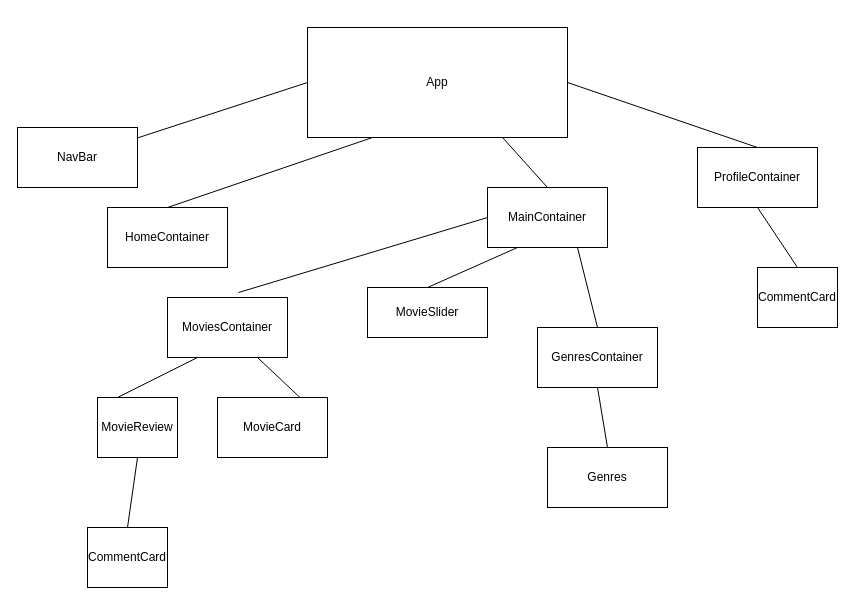
Before: src/components/.drawio in evandbeck/movie-reviews, a draw.io diagram. Source tidied: cells renumbered, new cells numbered last; positions are measured from the earlier drawing's top-left corner, leaving out a move shared by most shapes. Both pictures are drawn from the tidied source at 100%, with x=0, y=0 at pixel (17, 27).
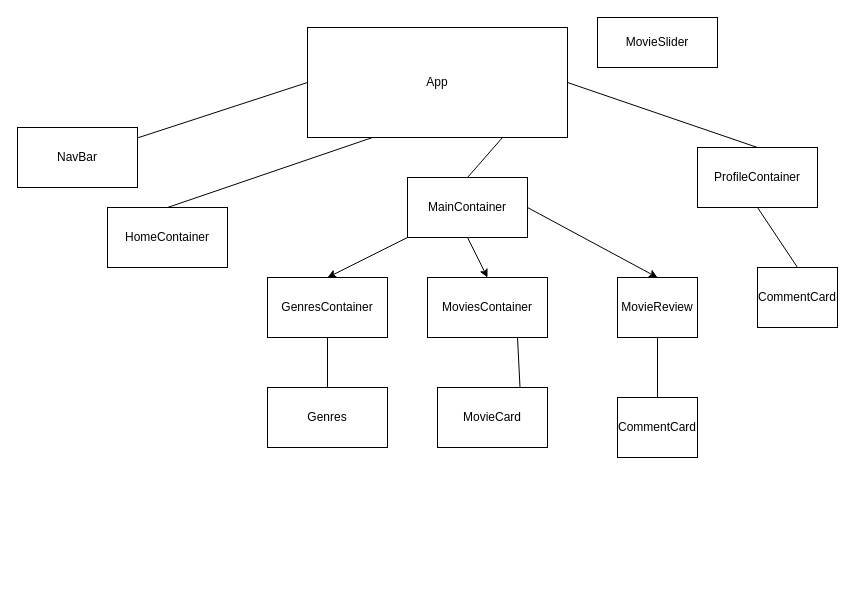
The same page after the edit.

What changed in the source:
```diff
@@
+    <mxCell id="27" style="edgeStyle=none;html=1;exitX=0;exitY=1;exitDx=0;exitDy=0;entryX=0.5;entryY=0;entryDx=0;entryDy=0;" parent="1" edge="1" source="5" target="10">
+      <mxGeometry relative="1" as="geometry" />
+    </mxCell>
+    <mxCell id="28" style="edgeStyle=none;html=1;exitX=0.5;exitY=1;exitDx=0;exitDy=0;entryX=0.5;entryY=0;entryDx=0;entryDy=0;" parent="1" edge="1" source="5" target="9">
+      <mxGeometry relative="1" as="geometry" />
+    </mxCell>
+    <mxCell id="29" style="edgeStyle=none;html=1;exitX=1;exitY=0.5;exitDx=0;exitDy=0;entryX=0.5;entryY=0;entryDx=0;entryDy=0;" parent="1" edge="1" source="5" target="15">
+      <mxGeometry relative="1" as="geometry" />
+    </mxCell>
     <mxCell id="5" value="MainContainer" style="rounded=0;whiteSpace=wrap;html=1;" parent="1" vertex="1">
-      <mxGeometry x="470" y="160" width="120" height="60" as="geometry" />
+      <mxGeometry x="390" y="150" width="120" height="60" as="geometry" />
     </mxCell>
@@
     <mxCell id="9" value="MoviesContainer" style="rounded=0;whiteSpace=wrap;html=1;" parent="1" vertex="1">
-      <mxGeometry x="150" y="270" width="120" height="60" as="geometry" />
+      <mxGeometry x="410" y="250" width="120" height="60" as="geometry" />
     </mxCell>
     <mxCell id="10" value="GenresContainer" style="rounded=0;whiteSpace=wrap;html=1;" parent="1" vertex="1">
-      <mxGeometry x="520" y="300" width="120" height="60" as="geometry" />
+      <mxGeometry x="250" y="250" width="120" height="60" as="geometry" />
     </mxCell>
     <mxCell id="11" value="MovieSlider" style="rounded=0;whiteSpace=wrap;html=1;" parent="1" vertex="1">
-      <mxGeometry x="350" y="260" width="120" height="50" as="geometry" />
+      <mxGeometry x="580" y="-10" width="120" height="50" as="geometry" />
     </mxCell>
-    <mxCell id="12" style="endArrow=none;html=1;exitX=0.5;exitY=0;exitDx=0;exitDy=0;entryX=0.75;entryY=1;entryDx=0;entryDy=0;" parent="1" edge="1" source="10" target="5">
-      <mxGeometry relative="1" as="geometry" />
-    </mxCell>
-    <mxCell id="13" style="endArrow=none;html=1;entryX=0.25;entryY=1;entryDx=0;entryDy=0;exitX=0.5;exitY=0;exitDx=0;exitDy=0;" parent="1" edge="1" source="11" target="5">
-      <mxGeometry relative="1" as="geometry" />
-    </mxCell>
-    <mxCell id="14" style="endArrow=none;html=1;exitX=0.592;exitY=-0.083;exitDx=0;exitDy=0;exitPerimeter=0;entryX=0;entryY=0.5;entryDx=0;entryDy=0;" parent="1" edge="1" source="9" target="5">
-      <mxGeometry relative="1" as="geometry" />
-    </mxCell>
     <mxCell id="15" value="MovieReview" style="rounded=0;whiteSpace=wrap;html=1;" parent="1" vertex="1">
-      <mxGeometry x="80" y="370" width="80" height="60" as="geometry" />
+      <mxGeometry x="600" y="250" width="80" height="60" as="geometry" />
     </mxCell>
     <mxCell id="16" value="MovieCard" style="rounded=0;whiteSpace=wrap;html=1;" parent="1" vertex="1">
-      <mxGeometry x="200" y="370" width="110" height="60" as="geometry" />
+      <mxGeometry x="420" y="360" width="110" height="60" as="geometry" />
     </mxCell>
@@
-    <mxCell id="18" style="endArrow=none;html=1;exitX=0.25;exitY=0;exitDx=0;exitDy=0;entryX=0.25;entryY=1;entryDx=0;entryDy=0;" parent="1" edge="1" source="15" target="9">
-      <mxGeometry relative="1" as="geometry" />
-    </mxCell>
     <mxCell id="19" value="CommentCard" style="rounded=0;whiteSpace=wrap;html=1;" parent="1" vertex="1">
-      <mxGeometry x="70" y="500" width="80" height="60" as="geometry" />
+      <mxGeometry x="600" y="370" width="80" height="60" as="geometry" />
     </mxCell>
@@
     <mxCell id="23" value="Genres" style="rounded=0;whiteSpace=wrap;html=1;" parent="1" vertex="1">
-      <mxGeometry x="530" y="420" width="120" height="60" as="geometry" />
+      <mxGeometry x="250" y="360" width="120" height="60" as="geometry" />
     </mxCell>
```
